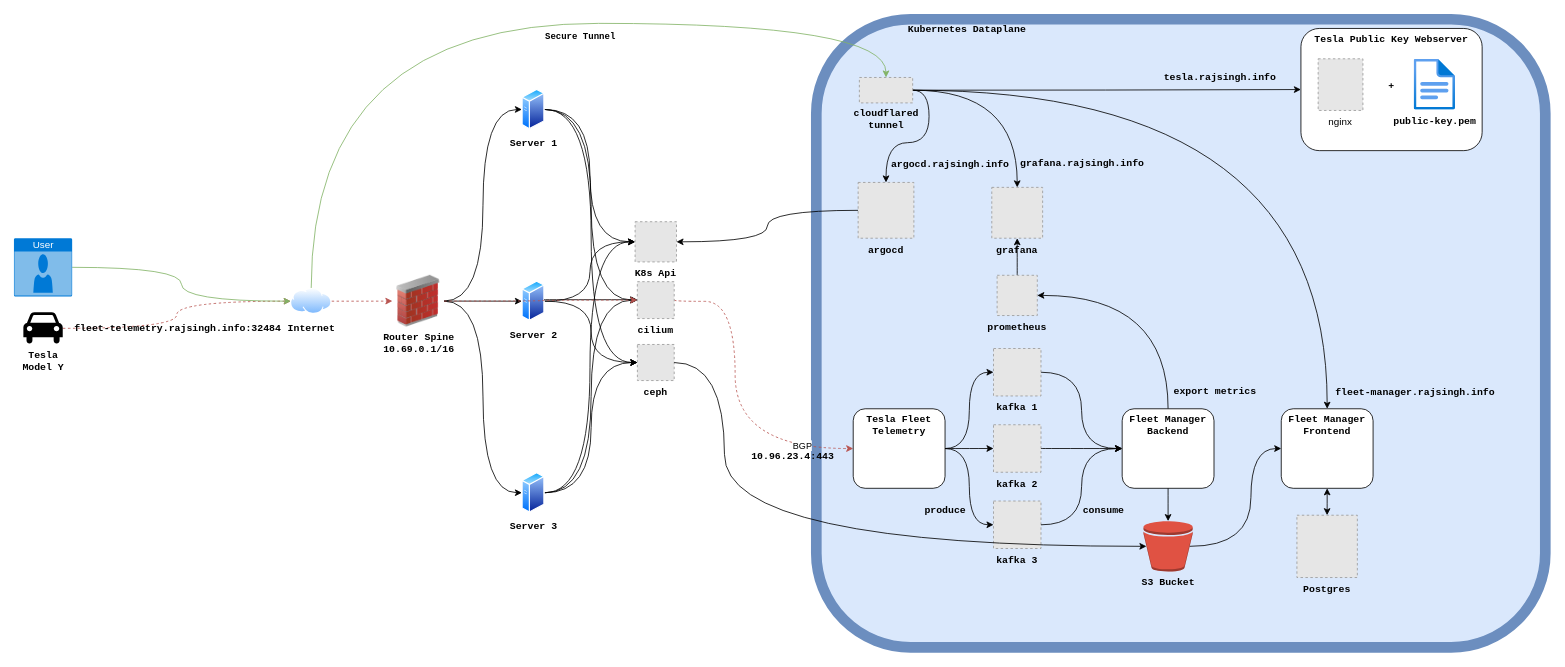
The draw.io diagram page "Tesla Infrastructure" (2 of 3) of infrastructure.drawio in rajsinghtech/kubernetes-manifests, before the edit. Source tidied: cells renumbered, new cells numbered last; positions are measured from the earlier drawing's top-left corner, leaving out a move shared by most shapes. Both pictures are drawn from the tidied source at 82%, with x=0, y=0 at pixel (14, 17). Pictures stored in the file or linked from it are replaced by grey dashed boxes.
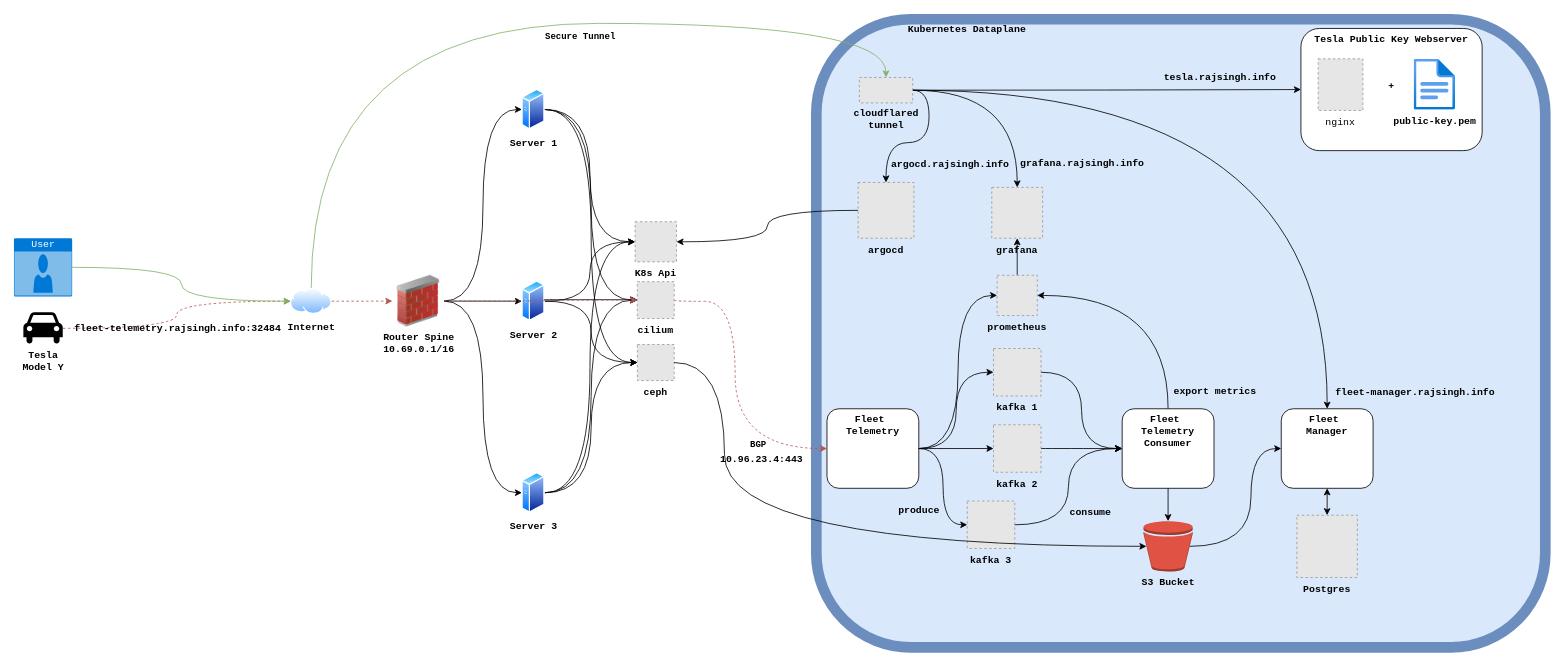
The same diagram, later.

The change refers to these unchanged cells:
```xml
<mxCell id="6" value="Server 3" style="image;perimeter=ellipsePerimeter;html=1;align=center;shadow=0;dashed=0;spacingTop=3;image=img/lib/active_directory/generic_server.svg;labelBackgroundColor=none;fontFamily=Courier New;fontStyle=1;fontColor=#000000;" parent="1" vertex="1">
  <mxGeometry x="619" y="554.4" width="28" height="50" as="geometry" />
</mxCell>
<mxCell id="9" style="edgeStyle=orthogonalEdgeStyle;curved=1;rounded=0;jettySize=auto;html=1;exitX=1;exitY=0.5;exitDx=0;exitDy=0;entryX=0;entryY=0.5;entryDx=0;entryDy=0;fontFamily=Courier New;fontSize=12;fontColor=#000000;fontStyle=1;labelBackgroundColor=none;dashed=1;fillColor=#f8cecc;strokeColor=#b85450;" parent="1" edge="1" source="74" target="50">
  <mxGeometry relative="1" as="geometry">
    <Array as="points">
      <mxPoint x="879" y="346" />
      <mxPoint x="879" y="526" />
    </Array>
  </mxGeometry>
</mxCell>
<mxCell id="25" value="ceph" style="fillColor=#E6E6E6;strokeColor=#999999;dashed=1;verticalLabelPosition=bottom;labelBackgroundColor=none;verticalAlign=top;fontFamily=Courier New;fontStyle=1;fontColor=#000000;" parent="1" vertex="1">
  <mxGeometry x="759.8" y="398.6" width="44.9" height="44" as="geometry" />
</mxCell>
<mxCell id="27" value="prometheus" style="fillColor=#E6E6E6;strokeColor=#999999;dashed=1;verticalLabelPosition=bottom;labelBackgroundColor=none;verticalAlign=top;fontFamily=Courier New;fontStyle=1;fontColor=#000000;" parent="1" vertex="1">
  <mxGeometry x="1198.5" y="314.2" width="49" height="49.1" as="geometry" />
</mxCell>
<mxCell id="67" value="S3 Bucket" style="outlineConnect=0;dashed=0;verticalLabelPosition=bottom;verticalAlign=top;align=center;html=1;shape=mxgraph.aws3.bucket;fillColor=#E05243;gradientColor=none;strokeColor=default;fontFamily=Courier New;fontSize=12;fontColor=#000000;fontStyle=1;labelBackgroundColor=none;" parent="1" vertex="1">
  <mxGeometry x="1377" y="614" width="60" height="61.5" as="geometry" />
</mxCell>
<mxCell id="74" value="cilium" style="fillColor=#E6E6E6;strokeColor=#999999;dashed=1;verticalLabelPosition=bottom;labelBackgroundColor=none;verticalAlign=top;fontFamily=Courier New;fontStyle=1;fontColor=#000000;" parent="1" vertex="1">
  <mxGeometry x="759.7" y="322" width="45" height="45" as="geometry" />
</mxCell>
```

Change to the diagram source:
```diff
@@
-    <mxCell id="4" style="edgeStyle=orthogonalEdgeStyle;rounded=0;jettySize=auto;html=1;entryX=0;entryY=0.5;entryDx=0;entryDy=0;curved=1;" parent="1" edge="1" source="6" target="25">
+    <mxCell id="4" style="edgeStyle=orthogonalEdgeStyle;rounded=0;jettySize=auto;html=1;entryX=0;entryY=0.5;entryDx=0;entryDy=0;curved=1;fontFamily=Courier New;" parent="1" edge="1" source="6" target="25">
       <mxGeometry relative="1" as="geometry" />
     </mxCell>
-    <mxCell id="5" style="edgeStyle=orthogonalEdgeStyle;rounded=0;jettySize=auto;html=1;entryX=0;entryY=0.5;entryDx=0;entryDy=0;curved=1;" parent="1" edge="1" source="6" target="74">
+    <mxCell id="5" style="edgeStyle=orthogonalEdgeStyle;rounded=0;jettySize=auto;html=1;entryX=0;entryY=0.5;entryDx=0;entryDy=0;curved=1;fontFamily=Courier New;" parent="1" edge="1" source="6" target="74">
       <mxGeometry relative="1" as="geometry" />
     </mxCell>
@@
     <mxCell id="10" value="10.96.23.4:443" style="edgeLabel;html=1;align=center;verticalAlign=middle;strokeColor=default;fontFamily=Courier New;fontSize=12;fontColor=#000000;fontStyle=1;labelBackgroundColor=none;fillColor=default;" parent="9" vertex="1">
       <mxGeometry x="0.72" y="2" relative="1" as="geometry">
-        <mxPoint x="-18" y="12" as="offset" />
+        <mxPoint x="-29" y="15" as="offset" />
       </mxGeometry>
     </mxCell>
-    <mxCell id="11" value="BGP" style="edgeLabel;html=1;align=center;verticalAlign=middle;" parent="9" vertex="1">
-      <mxGeometry x="0.69" y="4" relative="1" as="geometry" />
+    <mxCell id="11" value="BGP" style="edgeLabel;html=1;align=center;verticalAlign=middle;fontFamily=Courier New;fontStyle=1;" parent="9" vertex="1">
+      <mxGeometry x="0.69" y="4" relative="1" as="geometry">
+        <mxPoint x="-27" y="-1" as="offset" />
+      </mxGeometry>
     </mxCell>
-    <mxCell id="12" value="&lt;span id=&quot;docs-internal-guid-129c1558-7fff-5c4c-1586-b6c74b162c59&quot;&gt;&lt;p dir=&quot;ltr&quot; style=&quot;line-height:1.2;margin-top:0pt;margin-bottom:0pt;&quot;&gt;&lt;span style=&quot;font-size: 9pt; font-variant-numeric: normal; font-variant-east-asian: normal; font-variant-alternates: normal; font-variant-position: normal; vertical-align: baseline; white-space: pre-wrap;&quot;&gt;Router Spine&lt;/span&gt;&lt;span style=&quot;font-size: 9pt; font-variant-numeric: normal; font-variant-east-asian: normal; font-variant-alternates: normal; font-variant-position: normal; vertical-align: baseline; white-space: pre-wrap;&quot;&gt;&lt;br&gt;&lt;/span&gt;&lt;span style=&quot;font-size: 9pt; font-variant-numeric: normal; font-variant-east-asian: normal; font-variant-alternates: normal; font-variant-position: normal; vertical-align: baseline; white-space: pre-wrap;&quot;&gt;10.69.0.1/16&lt;/span&gt;&lt;/p&gt;&lt;div&gt;&lt;span style=&quot;font-size: 9pt; font-variant-numeric: normal; font-variant-east-asian: normal; font-variant-alternates: normal; font-variant-position: normal; vertical-align: baseline; white-space: pre-wrap;&quot;&gt;&lt;br&gt;&lt;/span&gt;&lt;/div&gt;&lt;/span&gt;" style="image;html=1;image=img/lib/clip_art/networking/Firewall_02_128x128.png;labelBackgroundColor=none;fontFamily=Courier New;fontStyle=1;fontColor=#000000;" parent="1" vertex="1">
+    <mxCell id="12" value="&lt;span id=&quot;docs-internal-guid-129c1558-7fff-5c4c-1586-b6c74b162c59&quot;&gt;&lt;p style=&quot;line-height:1.2;margin-top:0pt;margin-bottom:0pt;&quot; dir=&quot;ltr&quot;&gt;&lt;span style=&quot;font-size: 9pt; font-variant-numeric: normal; font-variant-east-asian: normal; font-variant-alternates: normal; font-variant-position: normal; vertical-align: baseline; white-space: pre-wrap;&quot;&gt;Router Spine&lt;/span&gt;&lt;span style=&quot;font-size: 9pt; font-variant-numeric: normal; font-variant-east-asian: normal; font-variant-alternates: normal; font-variant-position: normal; vertical-align: baseline; white-space: pre-wrap;&quot;&gt;&lt;br&gt;&lt;/span&gt;&lt;span style=&quot;font-size: 9pt; font-variant-numeric: normal; font-variant-east-asian: normal; font-variant-alternates: normal; font-variant-position: normal; vertical-align: baseline; white-space: pre-wrap;&quot;&gt;10.69.0.1/16&lt;/span&gt;&lt;/p&gt;&lt;div&gt;&lt;span style=&quot;font-size: 9pt; font-variant-numeric: normal; font-variant-east-asian: normal; font-variant-alternates: normal; font-variant-position: normal; vertical-align: baseline; white-space: pre-wrap;&quot;&gt;&lt;br&gt;&lt;/span&gt;&lt;/div&gt;&lt;/span&gt;" style="image;html=1;image=img/lib/clip_art/networking/Firewall_02_128x128.png;labelBackgroundColor=none;fontFamily=Courier New;fontStyle=1;fontColor=#000000;" parent="1" vertex="1">
       <mxGeometry x="461" y="314.2" width="63" height="63" as="geometry" />
     </mxCell>
@@
-    <mxCell id="16" value="&lt;span id=&quot;docs-internal-guid-129c1558-7fff-5c4c-1586-b6c74b162c59&quot; style=&quot;white-space: pre-wrap;&quot;&gt;&lt;p dir=&quot;ltr&quot; style=&quot;line-height:1.2;margin-top:0pt;margin-bottom:0pt;&quot;&gt;&lt;font face=&quot;Courier New, monospace&quot;&gt;Internet&lt;/font&gt;&lt;/p&gt;&lt;/span&gt;" style="image;perimeter=ellipsePerimeter;html=1;align=center;shadow=0;dashed=0;spacingTop=3;image=img/lib/active_directory/internet_cloud.svg;labelBackgroundColor=none;fontStyle=1;fontColor=#000000;" parent="1" vertex="1">
+    <mxCell id="16" value="&lt;span style=&quot;white-space: pre-wrap;&quot; id=&quot;docs-internal-guid-129c1558-7fff-5c4c-1586-b6c74b162c59&quot;&gt;&lt;p style=&quot;line-height:1.2;margin-top:0pt;margin-bottom:0pt;&quot; dir=&quot;ltr&quot;&gt;&lt;font&gt;Internet&lt;/font&gt;&lt;/p&gt;&lt;/span&gt;" style="image;perimeter=ellipsePerimeter;html=1;align=center;shadow=0;dashed=0;spacingTop=3;image=img/lib/active_directory/internet_cloud.svg;labelBackgroundColor=none;fontStyle=1;fontColor=#000000;fontFamily=Courier New;" parent="1" vertex="1">
       <mxGeometry x="337" y="330" width="50" height="31.5" as="geometry" />
     </mxCell>
@@
-    <mxCell id="40" style="group;" parent="1" vertex="1">
+    <mxCell id="40" style="group;fontFamily=Courier New;" parent="1" vertex="1">
       <mxGeometry x="1569" y="13.2" width="221" height="149" as="geometry" />
     </mxCell>
@@
-    <mxCell id="43" value="nginx" style="fillColor=#E6E6E6;strokeColor=#999999;dashed=1;verticalLabelPosition=bottom;labelBackgroundColor=default;verticalAlign=top;" parent="40" vertex="1">
+    <mxCell id="43" value="nginx" style="fillColor=#E6E6E6;strokeColor=#999999;dashed=1;verticalLabelPosition=bottom;labelBackgroundColor=default;verticalAlign=top;fontFamily=Courier New;" parent="40" vertex="1">
       <mxGeometry x="21" y="37" width="54.6" height="63" as="geometry" />
     </mxCell>
@@
-    <mxCell id="47" style="group;" parent="1" vertex="1">
-      <mxGeometry x="1023" y="477" width="233.4" height="175.9" as="geometry" />
+    <mxCell id="47" style="group;fontFamily=Courier New;" parent="1" vertex="1">
+      <mxGeometry x="991" y="477" width="233.4" height="175.9" as="geometry" />
     </mxCell>
@@
-    <mxCell id="50" value="Tesla Fleet Telemetry&lt;br&gt;&lt;br&gt;&lt;div&gt;&lt;br/&gt;&lt;/div&gt;" style="rounded=1;whiteSpace=wrap;html=1;strokeColor=default;align=center;verticalAlign=top;fontFamily=Courier New;fontSize=12;fontColor=#000000;fontStyle=1;labelBackgroundColor=none;fillColor=default;" parent="47" vertex="1">
+    <mxCell id="50" value="Fleet&amp;nbsp;&lt;div&gt;Telemetry&lt;br&gt;&lt;br&gt;&lt;div&gt;&lt;br&gt;&lt;/div&gt;&lt;/div&gt;" style="rounded=1;whiteSpace=wrap;html=1;strokeColor=default;align=center;verticalAlign=top;fontFamily=Courier New;fontSize=12;fontColor=#000000;fontStyle=1;labelBackgroundColor=none;fillColor=default;" parent="47" vertex="1">
       <mxGeometry width="112" height="97" as="geometry" />
     </mxCell>
@@
-    <mxCell id="60" value="Fleet Manager Backend" style="rounded=1;whiteSpace=wrap;html=1;strokeColor=default;align=center;verticalAlign=top;fontFamily=Courier New;fontSize=12;fontColor=#000000;fontStyle=1;labelBackgroundColor=none;fillColor=default;" parent="1" vertex="1">
+    <mxCell id="60" value="Fleet&amp;nbsp;&lt;div&gt;Telemetry Consumer&lt;/div&gt;" style="rounded=1;whiteSpace=wrap;html=1;strokeColor=default;align=center;verticalAlign=top;fontFamily=Courier New;fontSize=12;fontColor=#000000;fontStyle=1;labelBackgroundColor=none;fillColor=default;" parent="1" vertex="1">
       <mxGeometry x="1351" y="477" width="112" height="97" as="geometry" />
     </mxCell>
@@
-    <mxCell id="65" value="Fleet Manager Frontend" style="rounded=1;whiteSpace=wrap;html=1;strokeColor=default;align=center;verticalAlign=top;fontFamily=Courier New;fontSize=12;fontColor=#000000;fontStyle=1;labelBackgroundColor=none;fillColor=default;" parent="1" vertex="1">
+    <mxCell id="65" value="Fleet&amp;nbsp;&lt;div&gt;Manager&lt;/div&gt;" style="rounded=1;whiteSpace=wrap;html=1;strokeColor=default;align=center;verticalAlign=top;fontFamily=Courier New;fontSize=12;fontColor=#000000;fontStyle=1;labelBackgroundColor=none;fillColor=default;" parent="1" vertex="1">
       <mxGeometry x="1545" y="477" width="112" height="97" as="geometry" />
     </mxCell>
@@
-    <mxCell id="75" style="edgeStyle=orthogonalEdgeStyle;rounded=0;jettySize=auto;html=1;exitX=1;exitY=0.5;exitDx=0;exitDy=0;curved=1;entryX=0.06;entryY=0.5;entryDx=0;entryDy=0;entryPerimeter=0;" parent="1" edge="1" source="25" target="67">
+    <mxCell id="75" style="edgeStyle=orthogonalEdgeStyle;rounded=0;jettySize=auto;html=1;exitX=1;exitY=0.5;exitDx=0;exitDy=0;curved=1;entryX=0.06;entryY=0.5;entryDx=0;entryDy=0;entryPerimeter=0;fontFamily=Courier New;" parent="1" edge="1" source="25" target="67">
       <mxGeometry relative="1" as="geometry">
         <Array as="points">
           <mxPoint x="866" y="421" />
           <mxPoint x="866" y="645" />
         </Array>
       </mxGeometry>
     </mxCell>
-    <mxCell id="76" style="edgeStyle=orthogonalEdgeStyle;rounded=0;jettySize=auto;html=1;fillColor=#d5e8d4;strokeColor=#82b366;curved=1;" parent="1" edge="1" source="77" target="16">
+    <mxCell id="76" style="edgeStyle=orthogonalEdgeStyle;rounded=0;jettySize=auto;html=1;fillColor=#d5e8d4;strokeColor=#82b366;curved=1;fontFamily=Courier New;" parent="1" edge="1" source="77" target="16">
       <mxGeometry relative="1" as="geometry" />
     </mxCell>
-    <mxCell id="77" value="User" style="html=1;whiteSpace=wrap;strokeColor=none;fillColor=#0079D6;labelPosition=center;verticalLabelPosition=middle;verticalAlign=top;align=center;fontSize=12;outlineConnect=0;spacingTop=-6;fontColor=#FFFFFF;sketch=0;shape=mxgraph.sitemap.user;" parent="1" vertex="1">
+    <mxCell id="77" value="User" style="html=1;whiteSpace=wrap;strokeColor=none;fillColor=#0079D6;labelPosition=center;verticalLabelPosition=middle;verticalAlign=top;align=center;fontSize=12;outlineConnect=0;spacingTop=-6;fontColor=#FFFFFF;sketch=0;shape=mxgraph.sitemap.user;fontFamily=Courier New;" parent="1" vertex="1">
       <mxGeometry x="-0.5" y="269" width="71" height="71" as="geometry" />
     </mxCell>
+    <mxCell id="78" style="edgeStyle=orthogonalEdgeStyle;rounded=0;jettySize=auto;html=1;entryX=0;entryY=0.5;entryDx=0;entryDy=0;curved=1;" parent="1" edge="1" source="50" target="27">
+      <mxGeometry relative="1" as="geometry" />
+    </mxCell>
```
